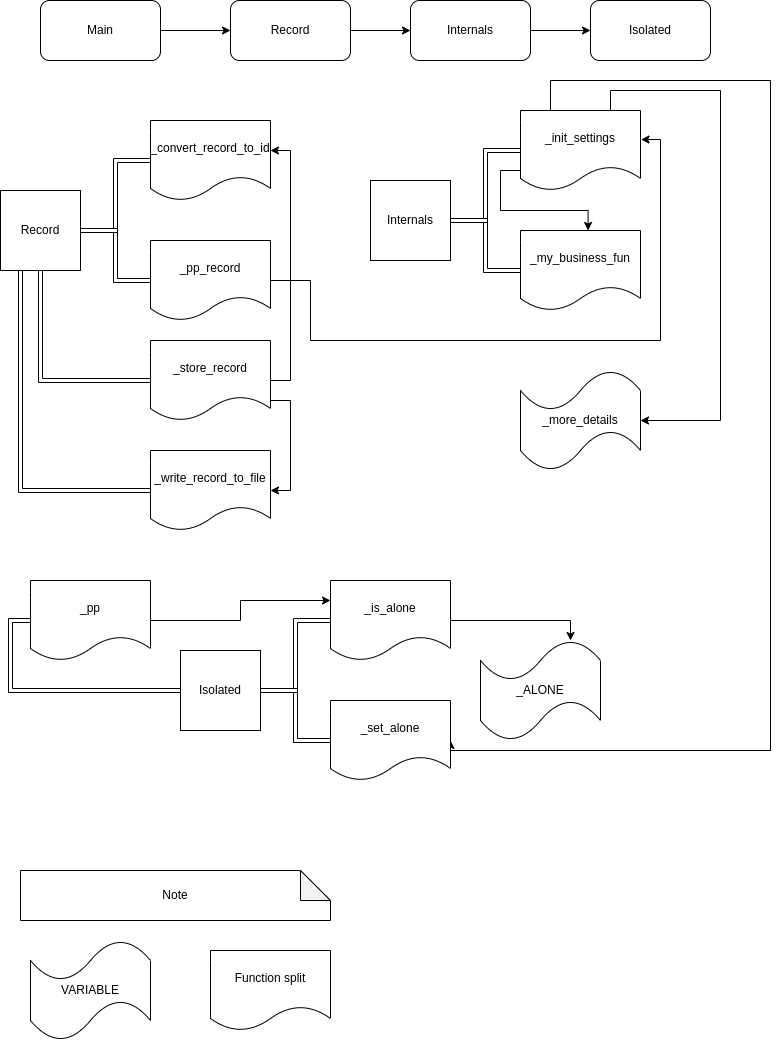
capablevms/llvm-function-split keeps this draw.io diagram as tests/example_project/diagram.png. Above is the earlier version. Source tidied: cells renumbered, new cells last; positions are measured from the earlier drawing's top-left corner, leaving out a move shared by most shapes.
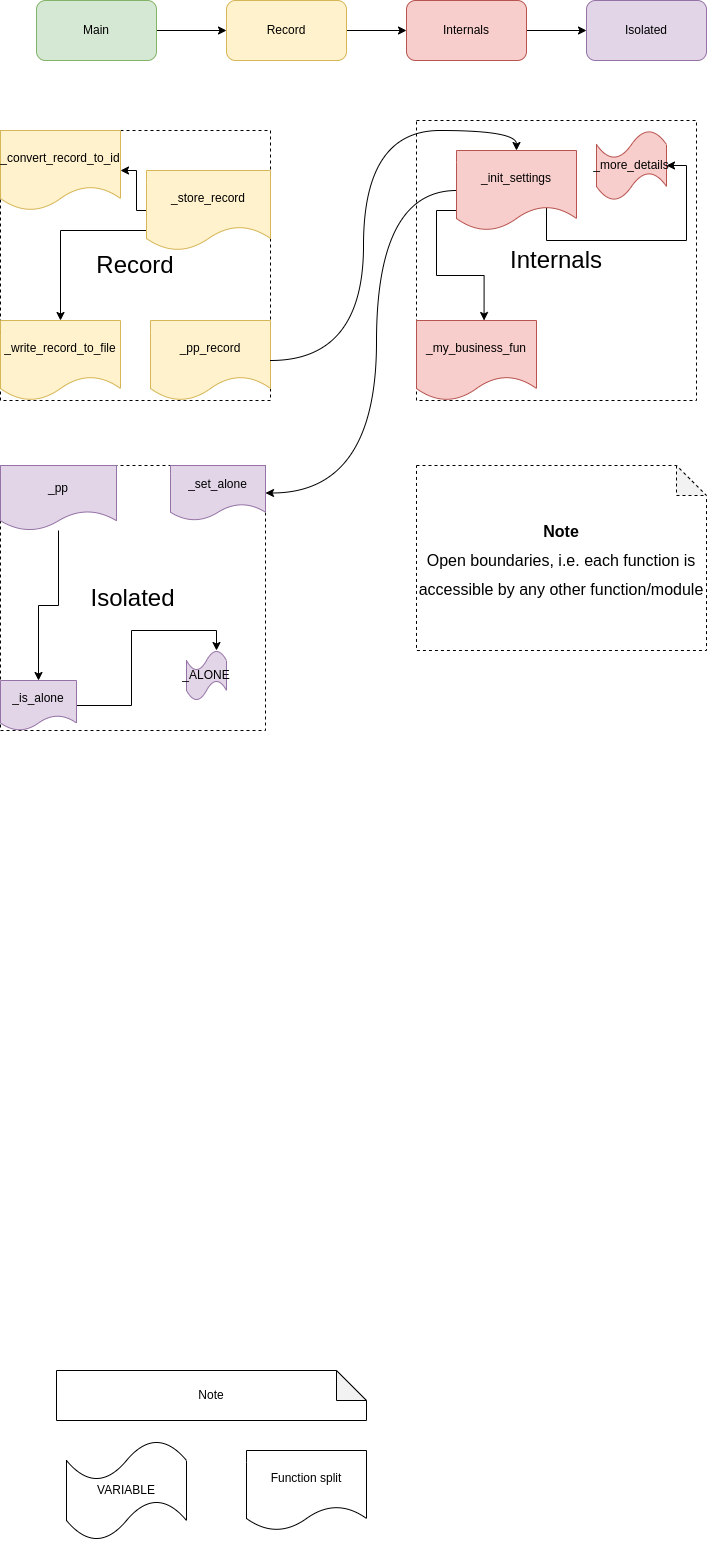
After the commit.

Commit message:
Update diagram explaining current situation

Change to the diagram source:
```diff
@@ -5,69 +5,49 @@
     <mxCell id="2" style="edgeStyle=orthogonalEdgeStyle;rounded=0;jettySize=auto;html=1;exitX=1;exitY=0.5;exitDx=0;exitDy=0;" parent="1" edge="1" source="3" target="5">
       <mxGeometry relative="1" as="geometry" />
     </mxCell>
-    <mxCell id="3" value="Main" style="rounded=1;whiteSpace=wrap;html=1;" parent="1" vertex="1">
-      <mxGeometry x="40" width="120" height="60" as="geometry" />
+    <mxCell id="3" value="Main" style="rounded=1;whiteSpace=wrap;html=1;fillColor=#d5e8d4;strokeColor=#82b366;" parent="1" vertex="1">
+      <mxGeometry x="30" y="-30" width="120" height="60" as="geometry" />
     </mxCell>
     <mxCell id="4" style="edgeStyle=orthogonalEdgeStyle;rounded=0;jettySize=auto;html=1;exitX=1;exitY=0.5;exitDx=0;exitDy=0;" parent="1" edge="1" source="5" target="7">
       <mxGeometry relative="1" as="geometry" />
     </mxCell>
-    <mxCell id="5" value="Record" style="rounded=1;whiteSpace=wrap;html=1;" parent="1" vertex="1">
-      <mxGeometry x="230" width="120" height="60" as="geometry" />
+    <mxCell id="5" value="Record" style="rounded=1;whiteSpace=wrap;html=1;fillColor=#fff2cc;strokeColor=#d6b656;" parent="1" vertex="1">
+      <mxGeometry x="220" y="-30" width="120" height="60" as="geometry" />
     </mxCell>
     <mxCell id="6" style="edgeStyle=orthogonalEdgeStyle;rounded=0;jettySize=auto;html=1;exitX=1;exitY=0.5;exitDx=0;exitDy=0;entryX=0;entryY=0.5;entryDx=0;entryDy=0;" parent="1" edge="1" source="7" target="8">
       <mxGeometry relative="1" as="geometry" />
     </mxCell>
-    <mxCell id="7" value="Internals" style="rounded=1;whiteSpace=wrap;html=1;" parent="1" vertex="1">
-      <mxGeometry x="410" width="120" height="60" as="geometry" />
+    <mxCell id="7" value="Internals" style="rounded=1;whiteSpace=wrap;html=1;fillColor=#f8cecc;strokeColor=#b85450;" parent="1" vertex="1">
+      <mxGeometry x="400" y="-30" width="120" height="60" as="geometry" />
     </mxCell>
-    <mxCell id="8" value="Isolated" style="rounded=1;whiteSpace=wrap;html=1;" parent="1" vertex="1">
-      <mxGeometry x="590" width="120" height="60" as="geometry" />
+    <mxCell id="8" value="Isolated" style="rounded=1;whiteSpace=wrap;html=1;fillColor=#e1d5e7;strokeColor=#9673a6;" parent="1" vertex="1">
+      <mxGeometry x="580" y="-30" width="120" height="60" as="geometry" />
     </mxCell>
-    <mxCell id="9" style="edgeStyle=orthogonalEdgeStyle;shape=link;rounded=0;jettySize=auto;html=1;exitX=1;exitY=0.5;exitDx=0;exitDy=0;" parent="1" edge="1" source="11" target="12">
-      <mxGeometry relative="1" as="geometry" />
-    </mxCell>
-    <mxCell id="10" style="edgeStyle=orthogonalEdgeStyle;rounded=0;jettySize=auto;html=1;exitX=0.25;exitY=1;exitDx=0;exitDy=0;entryX=0;entryY=0.5;entryDx=0;entryDy=0;shape=link;" parent="1" edge="1" source="11" target="38">
-      <mxGeometry relative="1" as="geometry" />
-    </mxCell>
-    <mxCell id="11" value="Record" style="whiteSpace=wrap;html=1;" parent="1" vertex="1">
-      <mxGeometry y="190" width="80" height="80" as="geometry" />
+    <mxCell id="11" value="&lt;font style=&quot;font-size: 24px&quot;&gt;Record&lt;/font&gt;" style="whiteSpace=wrap;html=1;dashed=1;" parent="1" vertex="1">
+      <mxGeometry x="-6" y="100" width="270" height="270" as="geometry" />
     </mxCell>
-    <mxCell id="12" value="_convert_record_to_id" style="shape=document;whiteSpace=wrap;html=1;boundedLbl=1;" parent="1" vertex="1">
-      <mxGeometry x="150" y="120" width="120" height="80" as="geometry" />
+    <mxCell id="12" value="_convert_record_to_id" style="shape=document;whiteSpace=wrap;html=1;boundedLbl=1;fillColor=#fff2cc;strokeColor=#d6b656;" parent="1" vertex="1">
+      <mxGeometry x="-6" y="100" width="120" height="80" as="geometry" />
     </mxCell>
-    <mxCell id="13" style="edgeStyle=orthogonalEdgeStyle;shape=link;rounded=0;jettySize=auto;html=1;exitX=0;exitY=0.5;exitDx=0;exitDy=0;" parent="1" edge="1" source="15" target="11">
-      <mxGeometry relative="1" as="geometry" />
-    </mxCell>
-    <mxCell id="14" style="edgeStyle=orthogonalEdgeStyle;rounded=0;jettySize=auto;html=1;exitX=1;exitY=0.5;exitDx=0;exitDy=0;entryX=1.004;entryY=0.363;entryDx=0;entryDy=0;entryPerimeter=0;" parent="1" edge="1" source="15" target="25">
-      <mxGeometry relative="1" as="geometry">
-        <Array as="points">
-          <mxPoint x="310" y="280" />
-          <mxPoint x="310" y="340" />
-          <mxPoint x="660" y="340" />
-          <mxPoint x="660" y="139" />
-        </Array>
-      </mxGeometry>
-    </mxCell>
-    <mxCell id="15" value="_pp_record" style="shape=document;whiteSpace=wrap;html=1;boundedLbl=1;" parent="1" vertex="1">
-      <mxGeometry x="150" y="240" width="120" height="80" as="geometry" />
+    <mxCell id="15" value="_pp_record" style="shape=document;whiteSpace=wrap;html=1;boundedLbl=1;fillColor=#fff2cc;strokeColor=#d6b656;" parent="1" vertex="1">
+      <mxGeometry x="144" y="290" width="120" height="80" as="geometry" />
     </mxCell>
-    <mxCell id="16" style="edgeStyle=orthogonalEdgeStyle;shape=link;rounded=0;jettySize=auto;html=1;exitX=0;exitY=0.5;exitDx=0;exitDy=0;" parent="1" edge="1" source="19" target="11">
-      <mxGeometry relative="1" as="geometry" />
-    </mxCell>
-    <mxCell id="17" style="edgeStyle=orthogonalEdgeStyle;rounded=0;jettySize=auto;html=1;exitX=1;exitY=0.5;exitDx=0;exitDy=0;entryX=1;entryY=0.375;entryDx=0;entryDy=0;entryPerimeter=0;" parent="1" edge="1" source="19" target="12">
-      <mxGeometry relative="1" as="geometry" />
+    <mxCell id="17" style="edgeStyle=orthogonalEdgeStyle;rounded=0;jettySize=auto;html=1;fontSize=24;" parent="1" edge="1" source="19" target="12">
+      <mxGeometry relative="1" as="geometry">
+        <Array as="points">
+          <mxPoint x="130" y="180" />
+          <mxPoint x="130" y="140" />
+        </Array>
+      </mxGeometry>
     </mxCell>
-    <mxCell id="18" style="edgeStyle=orthogonalEdgeStyle;rounded=0;jettySize=auto;html=1;exitX=1;exitY=0.75;exitDx=0;exitDy=0;entryX=1;entryY=0.5;entryDx=0;entryDy=0;" parent="1" edge="1" source="19" target="38">
+    <mxCell id="18" style="edgeStyle=orthogonalEdgeStyle;rounded=0;jettySize=auto;html=1;exitX=0;exitY=0.75;exitDx=0;exitDy=0;fontSize=24;" parent="1" edge="1" source="19" target="38">
       <mxGeometry relative="1" as="geometry" />
     </mxCell>
-    <mxCell id="19" value="_store_record" style="shape=document;whiteSpace=wrap;html=1;boundedLbl=1;" parent="1" vertex="1">
-      <mxGeometry x="150" y="340" width="120" height="80" as="geometry" />
+    <mxCell id="19" value="_store_record" style="shape=document;whiteSpace=wrap;html=1;boundedLbl=1;fillColor=#fff2cc;strokeColor=#d6b656;" parent="1" vertex="1">
+      <mxGeometry x="140" y="140" width="124" height="80" as="geometry" />
     </mxCell>
-    <mxCell id="20" style="edgeStyle=orthogonalEdgeStyle;shape=link;rounded=0;jettySize=auto;html=1;exitX=1;exitY=0.5;exitDx=0;exitDy=0;" parent="1" edge="1" source="21" target="25">
-      <mxGeometry relative="1" as="geometry" />
-    </mxCell>
-    <mxCell id="21" value="Internals" style="whiteSpace=wrap;html=1;" parent="1" vertex="1">
-      <mxGeometry x="370" y="180" width="80" height="80" as="geometry" />
+    <mxCell id="21" value="&lt;font style=&quot;font-size: 24px&quot;&gt;Internals&lt;/font&gt;" style="whiteSpace=wrap;html=1;dashed=1;" parent="1" vertex="1">
+      <mxGeometry x="410" y="90" width="280" height="280" as="geometry" />
     </mxCell>
     <mxCell id="22" style="edgeStyle=orthogonalEdgeStyle;rounded=0;jettySize=auto;html=1;exitX=0;exitY=0.75;exitDx=0;exitDy=0;entryX=0.563;entryY=0;entryDx=0;entryDy=0;entryPerimeter=0;" parent="1" edge="1" source="25" target="27">
       <mxGeometry relative="1" as="geometry" />
@@ -75,75 +55,67 @@
     <mxCell id="23" style="edgeStyle=orthogonalEdgeStyle;rounded=0;jettySize=auto;html=1;exitX=0.75;exitY=0;exitDx=0;exitDy=0;entryX=1;entryY=0.5;entryDx=0;entryDy=0;entryPerimeter=0;" parent="1" edge="1" source="25" target="39">
       <mxGeometry relative="1" as="geometry">
         <Array as="points">
-          <mxPoint x="610" y="90" />
-          <mxPoint x="720" y="90" />
-          <mxPoint x="720" y="420" />
+          <mxPoint x="540" y="210" />
+          <mxPoint x="680" y="210" />
+          <mxPoint x="680" y="135" />
         </Array>
       </mxGeometry>
     </mxCell>
-    <mxCell id="24" style="edgeStyle=orthogonalEdgeStyle;rounded=0;jettySize=auto;html=1;exitX=0.25;exitY=0;exitDx=0;exitDy=0;entryX=1;entryY=0.5;entryDx=0;entryDy=0;" parent="1" edge="1" source="25" target="33">
+    <mxCell id="24" style="edgeStyle=orthogonalEdgeStyle;curved=1;jettySize=auto;html=1;entryX=1;entryY=0.5;entryDx=0;entryDy=0;fontSize=24;strokeColor=#000000;" parent="1" edge="1" source="25" target="33">
       <mxGeometry relative="1" as="geometry">
         <Array as="points">
-          <mxPoint x="550" y="80" />
-          <mxPoint x="770" y="80" />
-          <mxPoint x="770" y="750" />
-          <mxPoint x="450" y="750" />
+          <mxPoint x="370" y="160" />
+          <mxPoint x="370" y="463" />
         </Array>
       </mxGeometry>
     </mxCell>
-    <mxCell id="25" value="_init_settings" style="shape=document;whiteSpace=wrap;html=1;boundedLbl=1;" parent="1" vertex="1">
-      <mxGeometry x="520" y="110" width="120" height="80" as="geometry" />
+    <mxCell id="25" value="_init_settings" style="shape=document;whiteSpace=wrap;html=1;boundedLbl=1;fillColor=#f8cecc;strokeColor=#b85450;" parent="1" vertex="1">
+      <mxGeometry x="450" y="120" width="120" height="80" as="geometry" />
     </mxCell>
-    <mxCell id="26" style="edgeStyle=orthogonalEdgeStyle;shape=link;rounded=0;jettySize=auto;html=1;exitX=0;exitY=0.5;exitDx=0;exitDy=0;" parent="1" edge="1" source="27" target="21">
-      <mxGeometry relative="1" as="geometry" />
-    </mxCell>
-    <mxCell id="27" value="_my_business_fun" style="shape=document;whiteSpace=wrap;html=1;boundedLbl=1;" parent="1" vertex="1">
-      <mxGeometry x="520" y="230" width="120" height="80" as="geometry" />
+    <mxCell id="27" value="_my_business_fun" style="shape=document;whiteSpace=wrap;html=1;boundedLbl=1;fillColor=#f8cecc;strokeColor=#b85450;" parent="1" vertex="1">
+      <mxGeometry x="410" y="290" width="120" height="80" as="geometry" />
     </mxCell>
-    <mxCell id="28" style="edgeStyle=orthogonalEdgeStyle;shape=link;rounded=0;jettySize=auto;html=1;exitX=1;exitY=0.5;exitDx=0;exitDy=0;" parent="1" edge="1" source="29" target="31">
-      <mxGeometry relative="1" as="geometry" />
-    </mxCell>
-    <mxCell id="29" value="Isolated" style="whiteSpace=wrap;html=1;" parent="1" vertex="1">
-      <mxGeometry x="180" y="650" width="80" height="80" as="geometry" />
+    <mxCell id="29" value="&lt;font style=&quot;font-size: 24px&quot;&gt;Isolated&lt;/font&gt;" style="whiteSpace=wrap;html=1;dashed=1;" parent="1" vertex="1">
+      <mxGeometry x="-6" y="435" width="265" height="265" as="geometry" />
     </mxCell>
     <mxCell id="30" style="edgeStyle=orthogonalEdgeStyle;rounded=0;jettySize=auto;html=1;exitX=1;exitY=0.5;exitDx=0;exitDy=0;entryX=0.75;entryY=0;entryDx=0;entryDy=0;entryPerimeter=0;" parent="1" edge="1" source="31" target="37">
       <mxGeometry relative="1" as="geometry" />
     </mxCell>
-    <mxCell id="31" value="_is_alone" style="shape=document;whiteSpace=wrap;html=1;boundedLbl=1;" parent="1" vertex="1">
-      <mxGeometry x="330" y="580" width="120" height="80" as="geometry" />
+    <mxCell id="31" value="_is_alone" style="shape=document;whiteSpace=wrap;html=1;boundedLbl=1;fillColor=#e1d5e7;strokeColor=#9673a6;" parent="1" vertex="1">
+      <mxGeometry x="-6" y="650" width="76" height="50" as="geometry" />
     </mxCell>
-    <mxCell id="32" style="edgeStyle=orthogonalEdgeStyle;shape=link;rounded=0;jettySize=auto;html=1;exitX=0;exitY=0.5;exitDx=0;exitDy=0;" parent="1" edge="1" source="33" target="29">
-      <mxGeometry relative="1" as="geometry" />
-    </mxCell>
-    <mxCell id="33" value="_set_alone" style="shape=document;whiteSpace=wrap;html=1;boundedLbl=1;" parent="1" vertex="1">
-      <mxGeometry x="330" y="700" width="120" height="80" as="geometry" />
+    <mxCell id="33" value="_set_alone" style="shape=document;whiteSpace=wrap;html=1;boundedLbl=1;fillColor=#e1d5e7;strokeColor=#9673a6;" parent="1" vertex="1">
+      <mxGeometry x="164" y="435" width="95" height="55" as="geometry" />
     </mxCell>
-    <mxCell id="34" style="edgeStyle=orthogonalEdgeStyle;shape=link;rounded=0;jettySize=auto;html=1;exitX=0;exitY=0.5;exitDx=0;exitDy=0;" parent="1" edge="1" source="36" target="29">
-      <mxGeometry relative="1" as="geometry" />
-    </mxCell>
-    <mxCell id="35" style="edgeStyle=orthogonalEdgeStyle;rounded=0;jettySize=auto;html=1;exitX=1;exitY=0.5;exitDx=0;exitDy=0;entryX=0;entryY=0.25;entryDx=0;entryDy=0;" parent="1" edge="1" source="36" target="31">
+    <mxCell id="35" style="edgeStyle=orthogonalEdgeStyle;rounded=0;jettySize=auto;html=1;fontSize=24;" parent="1" edge="1" source="36" target="31">
       <mxGeometry relative="1" as="geometry" />
     </mxCell>
-    <mxCell id="36" value="_pp" style="shape=document;whiteSpace=wrap;html=1;boundedLbl=1;" parent="1" vertex="1">
-      <mxGeometry x="30" y="580" width="120" height="80" as="geometry" />
+    <mxCell id="36" value="_pp" style="shape=document;whiteSpace=wrap;html=1;boundedLbl=1;fillColor=#e1d5e7;strokeColor=#9673a6;" parent="1" vertex="1">
+      <mxGeometry x="-6" y="435" width="116" height="65" as="geometry" />
     </mxCell>
-    <mxCell id="37" value="_ALONE" style="shape=tape;whiteSpace=wrap;html=1;" parent="1" vertex="1">
-      <mxGeometry x="480" y="640" width="120" height="100" as="geometry" />
+    <mxCell id="37" value="_ALONE" style="shape=tape;whiteSpace=wrap;html=1;fillColor=#e1d5e7;strokeColor=#9673a6;" parent="1" vertex="1">
+      <mxGeometry x="180" y="620" width="40" height="50" as="geometry" />
     </mxCell>
-    <mxCell id="38" value="_write_record_to_file" style="shape=document;whiteSpace=wrap;html=1;boundedLbl=1;" parent="1" vertex="1">
-      <mxGeometry x="150" y="450" width="120" height="80" as="geometry" />
+    <mxCell id="38" value="_write_record_to_file" style="shape=document;whiteSpace=wrap;html=1;boundedLbl=1;fillColor=#fff2cc;strokeColor=#d6b656;" parent="1" vertex="1">
+      <mxGeometry x="-6" y="290" width="120" height="80" as="geometry" />
     </mxCell>
-    <mxCell id="39" value="_more_details" style="shape=tape;whiteSpace=wrap;html=1;" parent="1" vertex="1">
-      <mxGeometry x="520" y="370" width="120" height="100" as="geometry" />
+    <mxCell id="39" value="_more_details" style="shape=tape;whiteSpace=wrap;html=1;fillColor=#f8cecc;strokeColor=#b85450;" parent="1" vertex="1">
+      <mxGeometry x="590" y="100" width="70" height="70" as="geometry" />
     </mxCell>
     <mxCell id="40" value="VARIABLE" style="shape=tape;whiteSpace=wrap;html=1;" parent="1" vertex="1">
-      <mxGeometry x="30" y="940" width="120" height="100" as="geometry" />
+      <mxGeometry x="60" y="1410" width="120" height="100" as="geometry" />
     </mxCell>
     <mxCell id="41" value="Function split" style="shape=document;whiteSpace=wrap;html=1;boundedLbl=1;" parent="1" vertex="1">
-      <mxGeometry x="210" y="950" width="120" height="80" as="geometry" />
+      <mxGeometry x="240" y="1420" width="120" height="80" as="geometry" />
     </mxCell>
     <mxCell id="42" value="Note" style="shape=note;whiteSpace=wrap;html=1;backgroundOutline=1;darkOpacity=0.05;" parent="1" vertex="1">
-      <mxGeometry x="20" y="870" width="310" height="50" as="geometry" />
+      <mxGeometry x="50" y="1340" width="310" height="50" as="geometry" />
     </mxCell>
+    <mxCell id="14" style="edgeStyle=orthogonalEdgeStyle;jettySize=auto;html=1;exitX=1;exitY=0.5;exitDx=0;exitDy=0;entryX=0.5;entryY=0;entryDx=0;entryDy=0;fontSize=24;curved=1;strokeColor=#000000;" parent="1" edge="1" source="15" target="25">
+      <mxGeometry relative="1" as="geometry" />
+    </mxCell>
+    <mxCell id="43" value="&lt;font style=&quot;font-size: 16px&quot;&gt;&lt;b&gt;Note&lt;/b&gt;&lt;br&gt;Open boundaries, i.e. each function is accessible by any other function/module&lt;/font&gt;" style="shape=note;whiteSpace=wrap;html=1;backgroundOutline=1;darkOpacity=0.05;dashed=1;fontSize=24;" parent="1" vertex="1">
+      <mxGeometry x="410" y="435" width="290" height="185" as="geometry" />
+    </mxCell>
   </root>
 </mxGraphModel>
```
